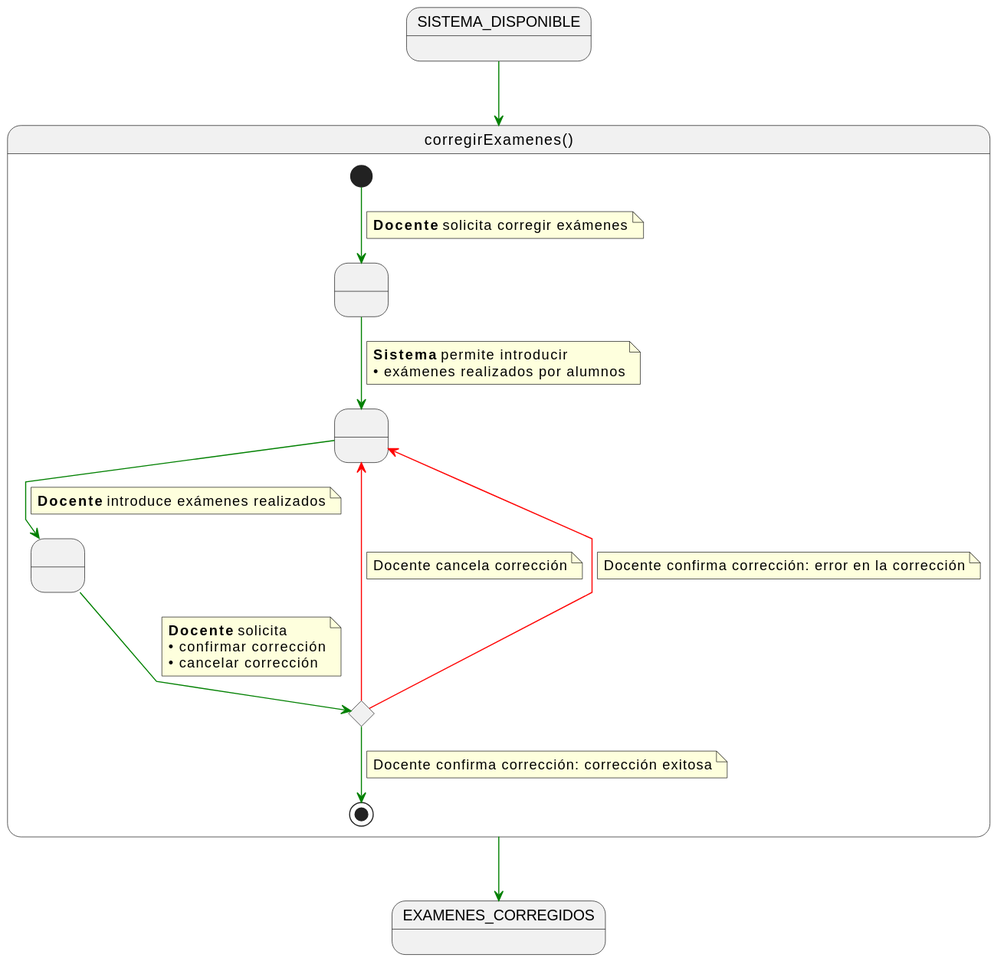
This is documents/casos-de-uso/detalladoCasosDeUso/corregirExamenes/corregirExamenes.svg from martinlopez7/25-26-IdSw1-SdR, a PlantUML export, as it was before one commit. Source of this version:
```plantuml
@startuml
skinparam linetype polyline

state corregirExamenes as "corregirExamenes()" {

    state " " as RequiringCorrection
    state " " as ProvidingDoneExams
    state " " as ProvidingConfirmation
    state c <<choice>>

    [*] -[#green]-> RequiringCorrection
    note on link
    <b>Docente</b> solicita corregir exámenes
    end note

    RequiringCorrection -[#green]-> ProvidingDoneExams
    note on link
    <b>Sistema</b> permite introducir
    • exámenes realizados por alumnos
    end note

    ProvidingDoneExams -[#green]-> ProvidingConfirmation
    note on link
    <b>Docente</b> introduce exámenes realizados
    end note

    ProvidingConfirmation -[#green]-> c
    note on link
    <b>Docente</b> solicita
    • confirmar corrección
    • cancelar corrección
    end note

    c -[#red]-> ProvidingDoneExams
    note on link
    Docente cancela corrección
    end note

    c -[#red]-> ProvidingDoneExams
    note on link
    Docente confirma corrección: error en la corrección
    end note

    c -[#green]-> [*]
    note on link
    Docente confirma corrección: corrección exitosa
    end note
}

SISTEMA_DISPONIBLE -[#green]-> corregirExamenes

corregirExamenes -[#green]-> EXAMENES_CORREGIDOS
@enduml
```
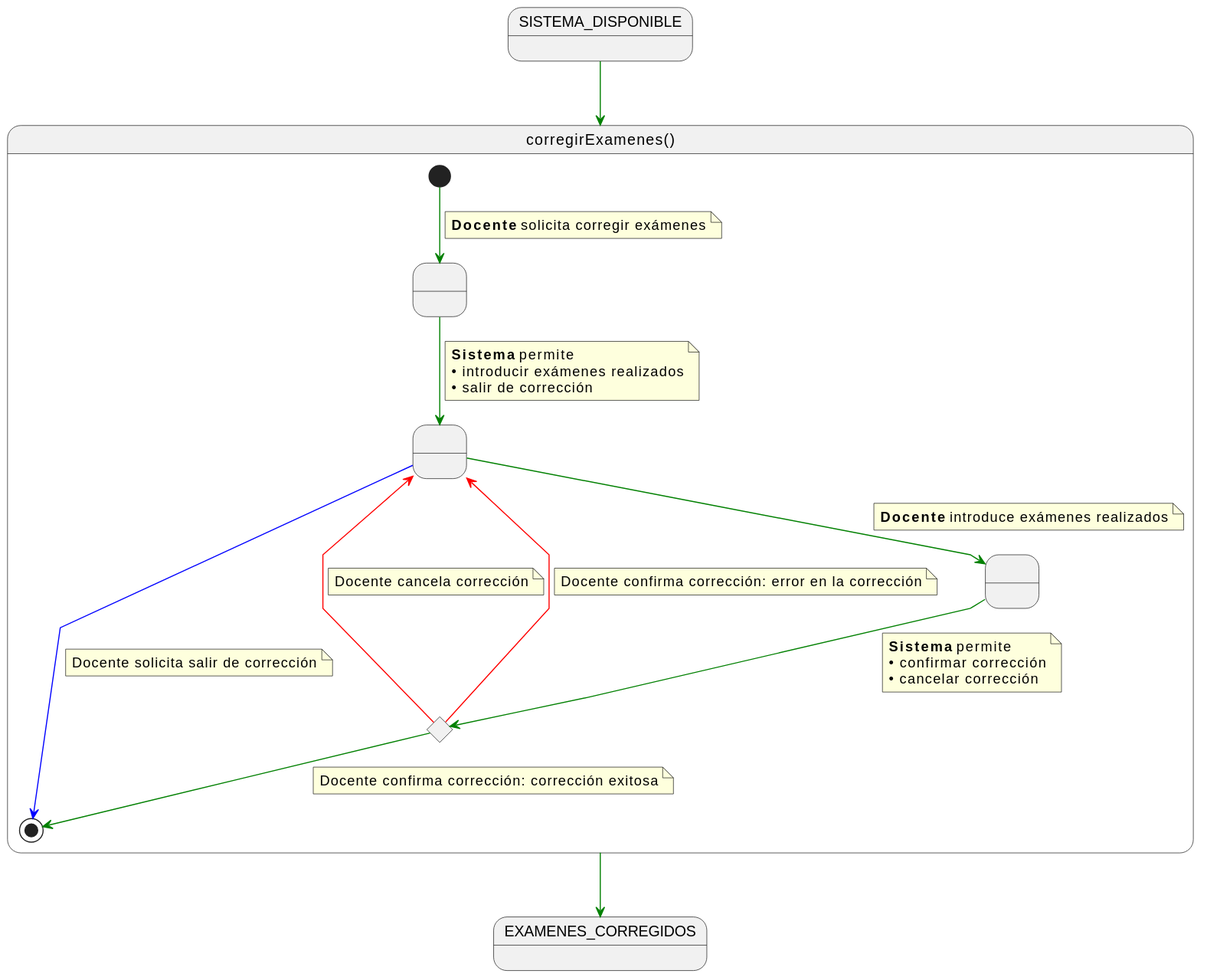
The same diagram one commit later.

Change to the diagram source:
```diff
@@ -15,8 +15,9 @@
 
     RequiringCorrection -[#green]-> ProvidingDoneExams
     note on link
-    <b>Sistema</b> permite introducir
-    • exámenes realizados por alumnos
+    <b>Sistema</b> permite
+    • introducir exámenes realizados
+    • salir de corrección
     end note
 
     ProvidingDoneExams -[#green]-> ProvidingConfirmation
@@ -26,7 +27,7 @@
 
     ProvidingConfirmation -[#green]-> c
     note on link
-    <b>Docente</b> solicita
+    <b>Sistema</b> permite
     • confirmar corrección
     • cancelar corrección
     end note
@@ -45,6 +46,11 @@
     note on link
     Docente confirma corrección: corrección exitosa
     end note
+
+    ProvidingDoneExams -[#blue]-> [*]
+    note on link
+    Docente solicita salir de corrección
+    end note
 }
 
 SISTEMA_DISPONIBLE -[#green]-> corregirExamenes
```
